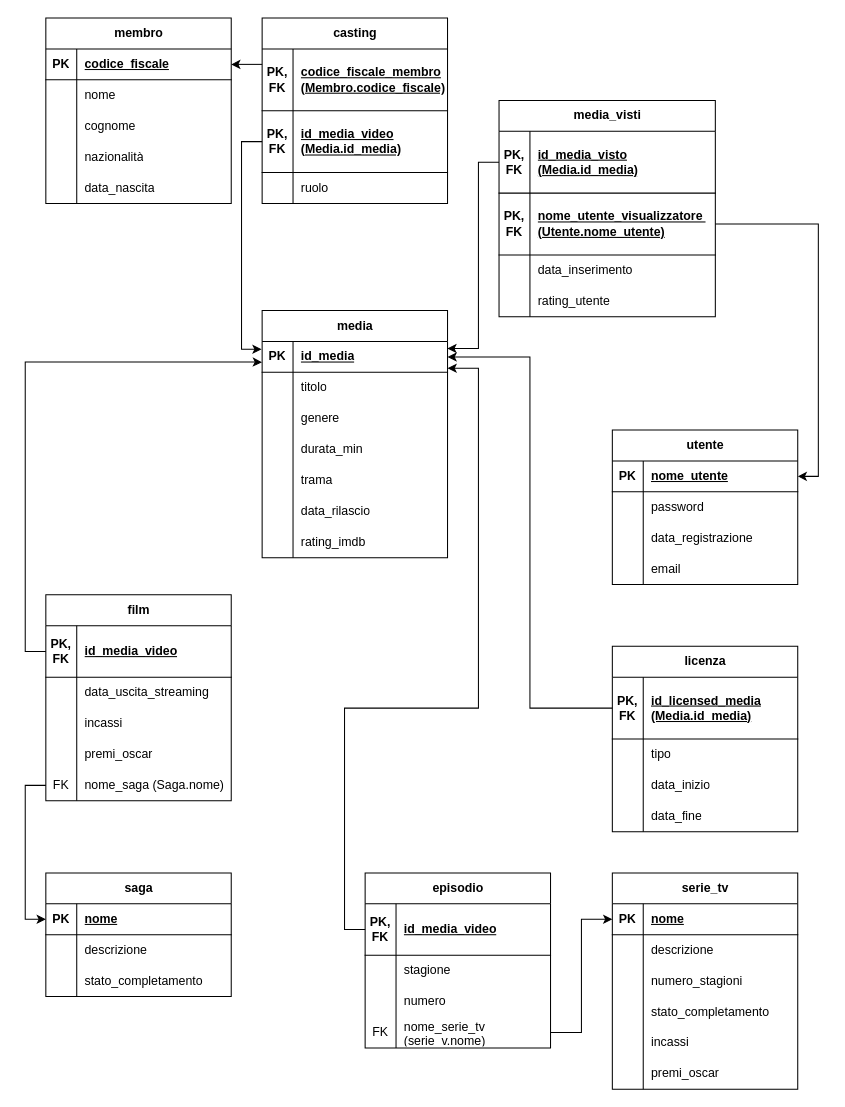
Earlier version of the draw.io diagram drawio diagrams/er_tabelle.drawio (aycollapse/basi_dati_2025). Source tidied: cells renumbered, new cells numbered last; positions are measured from the earlier drawing's top-left corner, leaving out a move shared by most shapes. Both pictures are drawn from the tidied source at 103%, with x=0, y=0 at pixel (25, 18).
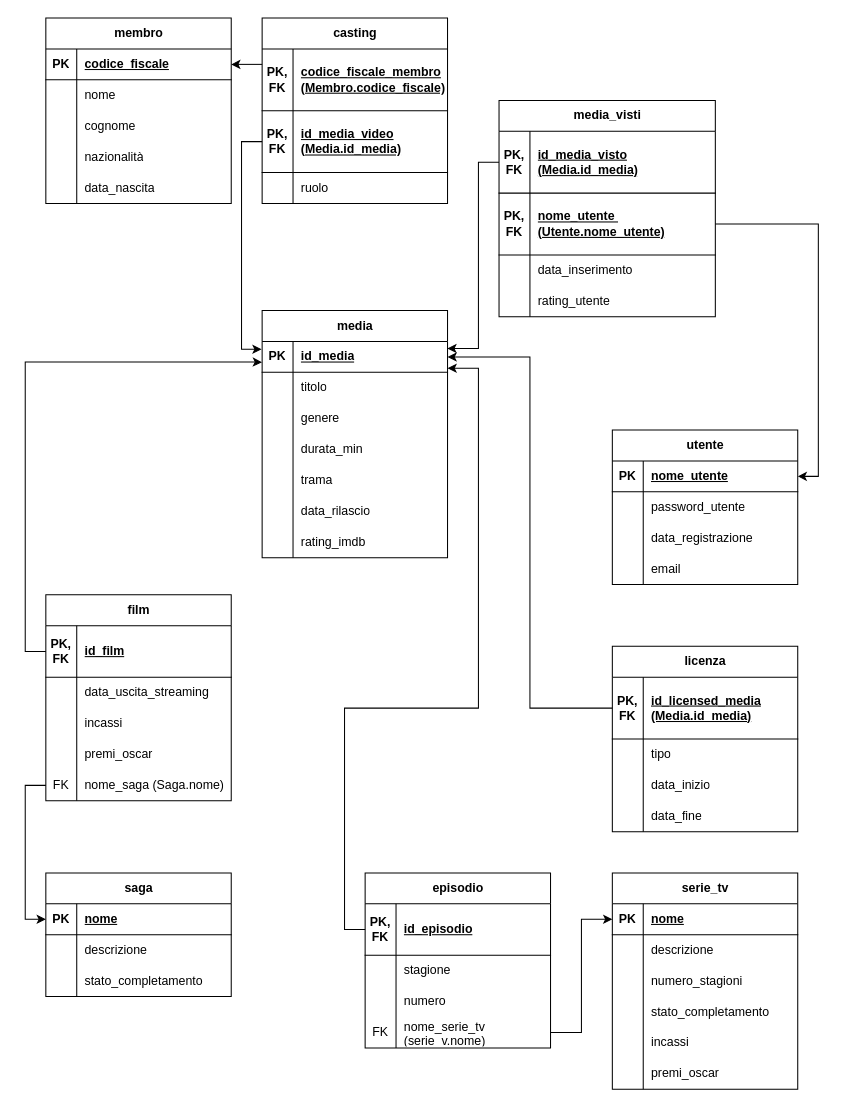
Above is the later version.

Commit message (it also covers changes not shown here):
resi diagrammi coerenti con le modifiche effettuate al db

The change refers to these unchanged cells:
```xml
<mxCell id="32" style="shape=tableRow;horizontal=0;startSize=0;swimlaneHead=0;swimlaneBody=0;fillColor=none;points=[[0,0.5],[1,0.5]];portConstraint=eastwest;top=0;left=0;right=0;bottom=1;" parent="31" vertex="1">
  <mxGeometry y="30" width="180" height="50" as="geometry" />
</mxCell>
<mxCell id="48" style="shape=tableRow;horizontal=0;startSize=0;swimlaneHead=0;swimlaneBody=0;fillColor=none;points=[[0,0.5],[1,0.5]];portConstraint=eastwest;top=0;left=0;right=0;bottom=1;" parent="47" vertex="1">
  <mxGeometry y="30" width="180" height="50" as="geometry" />
</mxCell>
<mxCell id="125" style="shape=tableRow;horizontal=0;startSize=0;swimlaneHead=0;swimlaneBody=0;fillColor=none;top=0;left=0;right=0;bottom=0;" parent="121" vertex="1">
  <mxGeometry y="60" width="180" height="30" as="geometry" />
</mxCell>
<mxCell id="138" style="shape=tableRow;horizontal=0;startSize=0;swimlaneHead=0;swimlaneBody=0;fillColor=none;points=[[0,0.5],[1,0.5]];portConstraint=eastwest;top=0;left=0;right=0;bottom=1;" parent="134" vertex="1">
  <mxGeometry y="90" width="210" height="60" as="geometry" />
</mxCell>
```

Change to the diagram source:
```diff
@@
-    <mxCell id="34" value="id_media_video" style="shape=partialRectangle;fillColor=none;top=0;left=0;bottom=0;right=0;align=left;spacingLeft=6;fontStyle=5;overflow=hidden;whiteSpace=wrap;html=1;" parent="32" vertex="1">
+    <mxCell id="34" value="id_film" style="shape=partialRectangle;fillColor=none;top=0;left=0;bottom=0;right=0;align=left;spacingLeft=6;fontStyle=5;overflow=hidden;whiteSpace=wrap;html=1;" parent="32" vertex="1">
       <mxGeometry x="30" width="150" height="50" as="geometry" />
     </mxCell>
@@
-    <mxCell id="50" value="id_media_video" style="shape=partialRectangle;fillColor=none;top=0;left=0;bottom=0;right=0;align=left;spacingLeft=6;fontStyle=5;overflow=hidden;whiteSpace=wrap;html=1;" parent="48" vertex="1">
+    <mxCell id="50" value="id_episodio" style="shape=partialRectangle;fillColor=none;top=0;left=0;bottom=0;right=0;align=left;spacingLeft=6;fontStyle=5;overflow=hidden;whiteSpace=wrap;html=1;" parent="48" vertex="1">
       <mxGeometry x="30" width="150" height="50" as="geometry" />
     </mxCell>
@@
-    <mxCell id="127" value="password" style="shape=partialRectangle;fillColor=none;top=0;left=0;bottom=0;right=0;align=left;spacingLeft=6;overflow=hidden;whiteSpace=wrap;html=1;" parent="125" vertex="1">
+    <mxCell id="127" value="password_utente" style="shape=partialRectangle;fillColor=none;top=0;left=0;bottom=0;right=0;align=left;spacingLeft=6;overflow=hidden;whiteSpace=wrap;html=1;" parent="125" vertex="1">
       <mxGeometry x="30" width="150" height="30" as="geometry" />
     </mxCell>
@@
-    <mxCell id="140" value="&lt;div&gt;nome_utente_visualizzatore&amp;nbsp;&lt;/div&gt;&lt;div&gt;(Utente.nome_utente)&lt;/div&gt;" style="shape=partialRectangle;fillColor=none;top=0;left=0;bottom=0;right=0;align=left;spacingLeft=6;fontStyle=5;overflow=hidden;whiteSpace=wrap;html=1;" parent="138" vertex="1">
+    <mxCell id="140" value="&lt;div&gt;nome_utente&amp;nbsp;&lt;/div&gt;&lt;div&gt;(Utente.nome_utente)&lt;/div&gt;" style="shape=partialRectangle;fillColor=none;top=0;left=0;bottom=0;right=0;align=left;spacingLeft=6;fontStyle=5;overflow=hidden;whiteSpace=wrap;html=1;" parent="138" vertex="1">
       <mxGeometry x="30" width="180" height="60" as="geometry" />
     </mxCell>
```
